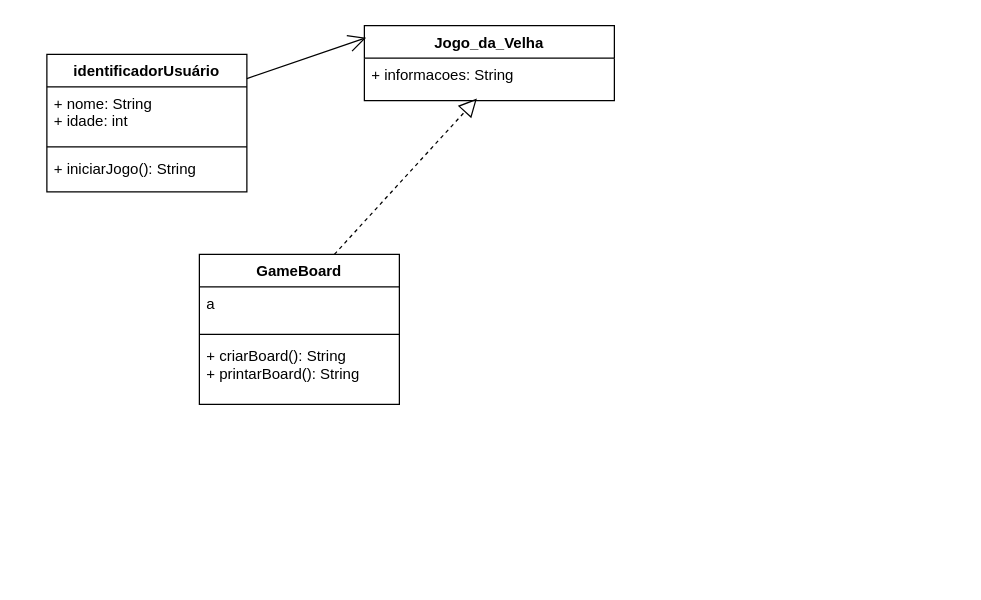
Before: mini_projeto_3/Projeto_3/diagrama_de_classes.drawio in antonioscarvalho/Projetos-Orientados-a-Objetos, a draw.io diagram. Source tidied: cells renumbered, new cells numbered last; positions are measured from the earlier drawing's top-left corner, leaving out a move shared by most shapes. Both pictures are drawn from the tidied source at 125%, with x=0, y=0 at pixel (46, 25).
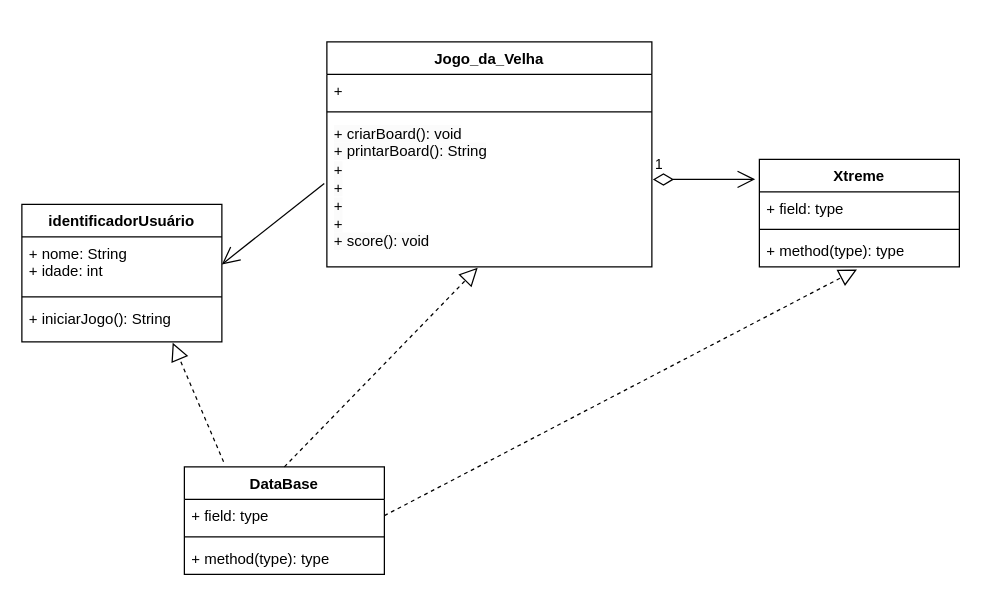
Above is the later version.

The change refers to these unchanged cells:
```xml
<mxCell id="5" value="+ nome: String&lt;br&gt;+ idade: int" style="text;strokeColor=none;fillColor=none;align=left;verticalAlign=top;spacingLeft=4;spacingRight=4;overflow=hidden;points=[[0,0.5],[1,0.5]];portConstraint=eastwest;whiteSpace=wrap;html=1;" parent="4" vertex="1">
  <mxGeometry y="26" width="160" height="44" as="geometry" />
</mxCell>
<mxCell id="7" value="+ iniciarJogo(): String" style="text;strokeColor=none;fillColor=none;align=left;verticalAlign=top;spacingLeft=4;spacingRight=4;overflow=hidden;points=[[0,0.5],[1,0.5]];portConstraint=eastwest;whiteSpace=wrap;html=1;" parent="4" vertex="1">
  <mxGeometry y="78" width="160" height="32" as="geometry" />
</mxCell>
```

What changed in the source:
```diff
@@
-    <mxCell id="2" value="Jogo_da_Velha" style="swimlane;fontStyle=1;align=center;verticalAlign=top;horizontal=1;startSize=26;whiteSpace=wrap;html=1;" parent="1" vertex="1">
-      <mxGeometry x="254" width="200" height="60" as="geometry" />
-    </mxCell>
-    <mxCell id="3" value="+ informacoes: String" style="text;strokeColor=none;fillColor=none;align=left;verticalAlign=top;spacingLeft=4;spacingRight=4;overflow=hidden;points=[[0,0.5],[1,0.5]];portConstraint=eastwest;whiteSpace=wrap;html=1;" parent="2" vertex="1">
-      <mxGeometry y="26" width="200" height="34" as="geometry" />
-    </mxCell>
     <mxCell id="4" value="identificadorUsuário" style="swimlane;fontStyle=1;align=center;verticalAlign=top;horizontal=1;startSize=26;whiteSpace=wrap;html=1;" parent="1" vertex="1">
-      <mxGeometry y="23" width="160" height="110" as="geometry" />
+      <mxGeometry x="-20" y="143" width="160" height="110" as="geometry" />
     </mxCell>
@@
-    <mxCell id="8" value="GameBoard" style="swimlane;fontStyle=1;align=center;verticalAlign=top;horizontal=1;startSize=26;whiteSpace=wrap;html=1;" parent="1" vertex="1">
-      <mxGeometry x="122" y="183" width="160" height="120" as="geometry" />
-    </mxCell>
-    <mxCell id="9" value="a" style="text;strokeColor=none;fillColor=none;align=left;verticalAlign=top;spacingLeft=4;spacingRight=4;overflow=hidden;whiteSpace=wrap;html=1;" parent="8" vertex="1">
-      <mxGeometry y="26" width="160" height="34" as="geometry" />
-    </mxCell>
-    <mxCell id="10" style="line;strokeWidth=1;fillColor=none;align=left;verticalAlign=middle;spacingTop=-1;spacingLeft=3;spacingRight=3;labelPosition=right;strokeColor=inherit;" parent="8" vertex="1">
-      <mxGeometry y="60" width="160" height="8" as="geometry" />
-    </mxCell>
-    <mxCell id="11" value="+ criarBoard(): String&lt;br style=&quot;border-color: var(--border-color);&quot;&gt;+ printarBoard(): String" style="text;strokeColor=none;fillColor=none;align=left;verticalAlign=top;spacingLeft=4;spacingRight=4;overflow=hidden;whiteSpace=wrap;html=1;" parent="8" vertex="1">
-      <mxGeometry y="68" width="160" height="52" as="geometry" />
-    </mxCell>
-    <mxCell id="12" style="endArrow=block;dashed=1;endFill=0;endSize=12;html=1;rounded=0;entryX=0.45;entryY=0.951;entryDx=0;entryDy=0;entryPerimeter=0;" parent="1" edge="1" target="3">
-      <mxGeometry relative="1" as="geometry">
-        <mxPoint x="230" y="183" as="sourcePoint" />
-        <Array as="points">
-          <mxPoint x="230" y="183" />
-        </Array>
-      </mxGeometry>
-    </mxCell>
-    <mxCell id="13" style="endArrow=open;endFill=1;endSize=12;html=1;rounded=0;exitX=1;exitY=0.176;exitDx=0;exitDy=0;exitPerimeter=0;entryX=0.007;entryY=0.161;entryDx=0;entryDy=0;entryPerimeter=0;" parent="1" edge="1" source="4" target="2">
-      <mxGeometry relative="1" as="geometry" />
-    </mxCell>
+    <mxCell id="2" value="Jogo_da_Velha" style="swimlane;fontStyle=1;align=center;verticalAlign=top;horizontal=1;startSize=26;whiteSpace=wrap;html=1;" parent="1" vertex="1">
+      <mxGeometry x="224" y="13" width="260" height="180" as="geometry" />
+    </mxCell>
+    <mxCell id="14" value="+" style="text;strokeColor=none;fillColor=none;align=left;verticalAlign=top;spacingLeft=4;spacingRight=4;overflow=hidden;whiteSpace=wrap;html=1;" parent="2" vertex="1">
+      <mxGeometry y="26" width="260" height="26" as="geometry" />
+    </mxCell>
+    <mxCell id="15" style="line;strokeWidth=1;fillColor=none;align=left;verticalAlign=middle;spacingTop=-1;spacingLeft=3;spacingRight=3;labelPosition=right;strokeColor=inherit;" parent="2" vertex="1">
+      <mxGeometry y="52" width="260" height="8" as="geometry" />
+    </mxCell>
+    <mxCell id="16" value="&lt;span style=&quot;color: rgb(0, 0, 0); font-family: Helvetica; font-size: 12px; font-style: normal; font-variant-ligatures: normal; font-variant-caps: normal; font-weight: 400; letter-spacing: normal; orphans: 2; text-align: left; text-indent: 0px; text-transform: none; widows: 2; word-spacing: 0px; -webkit-text-stroke-width: 0px; background-color: rgb(251, 251, 251); text-decoration-thickness: initial; text-decoration-style: initial; text-decoration-color: initial; float: none; display: inline !important;&quot;&gt;+ criarBoard(): void&lt;/span&gt;&lt;br style=&quot;border-color: var(--border-color); color: rgb(0, 0, 0); font-family: Helvetica; font-size: 12px; font-style: normal; font-variant-ligatures: normal; font-variant-caps: normal; font-weight: 400; letter-spacing: normal; orphans: 2; text-align: left; text-indent: 0px; text-transform: none; widows: 2; word-spacing: 0px; -webkit-text-stroke-width: 0px; background-color: rgb(251, 251, 251); text-decoration-thickness: initial; text-decoration-style: initial; text-decoration-color: initial;&quot;&gt;&lt;span style=&quot;color: rgb(0, 0, 0); font-family: Helvetica; font-size: 12px; font-style: normal; font-variant-ligatures: normal; font-variant-caps: normal; font-weight: 400; letter-spacing: normal; orphans: 2; text-align: left; text-indent: 0px; text-transform: none; widows: 2; word-spacing: 0px; -webkit-text-stroke-width: 0px; background-color: rgb(251, 251, 251); text-decoration-thickness: initial; text-decoration-style: initial; text-decoration-color: initial; float: none; display: inline !important;&quot;&gt;+ printarBoard(): String&lt;br&gt;+&lt;br&gt;+&lt;br&gt;+&lt;br&gt;+&lt;br&gt;+ score(): void&lt;br&gt;&lt;/span&gt;" style="text;strokeColor=none;fillColor=none;align=left;verticalAlign=top;spacingLeft=4;spacingRight=4;overflow=hidden;points=[[0,0.5],[1,0.5]];portConstraint=eastwest;whiteSpace=wrap;html=1;" parent="2" vertex="1">
+      <mxGeometry y="60" width="260" height="120" as="geometry" />
+    </mxCell>
+    <mxCell id="17" value="DataBase" style="swimlane;fontStyle=1;align=center;verticalAlign=top;horizontal=1;startSize=26;whiteSpace=wrap;html=1;" parent="1" vertex="1">
+      <mxGeometry x="110" y="353" width="160" height="86" as="geometry" />
+    </mxCell>
+    <mxCell id="18" value="+ field: type" style="text;strokeColor=none;fillColor=none;align=left;verticalAlign=top;spacingLeft=4;spacingRight=4;overflow=hidden;points=[[0,0.5],[1,0.5]];portConstraint=eastwest;whiteSpace=wrap;html=1;" parent="17" vertex="1">
+      <mxGeometry y="26" width="160" height="26" as="geometry" />
+    </mxCell>
+    <mxCell id="19" style="line;strokeWidth=1;fillColor=none;align=left;verticalAlign=middle;spacingTop=-1;spacingLeft=3;spacingRight=3;labelPosition=right;strokeColor=inherit;" parent="17" vertex="1">
+      <mxGeometry y="52" width="160" height="8" as="geometry" />
+    </mxCell>
+    <mxCell id="20" value="+ method(type): type" style="text;strokeColor=none;fillColor=none;align=left;verticalAlign=top;spacingLeft=4;spacingRight=4;overflow=hidden;whiteSpace=wrap;html=1;" parent="17" vertex="1">
+      <mxGeometry y="60" width="160" height="26" as="geometry" />
+    </mxCell>
+    <mxCell id="21" style="endArrow=block;dashed=1;endFill=0;endSize=12;html=1;rounded=0;exitX=0.5;exitY=0;exitDx=0;exitDy=0;entryX=0.464;entryY=1.006;entryDx=0;entryDy=0;entryPerimeter=0;" parent="1" edge="1" source="17" target="16">
+      <mxGeometry relative="1" as="geometry" />
+    </mxCell>
+    <mxCell id="22" style="endArrow=block;dashed=1;endFill=0;endSize=12;html=1;rounded=0;exitX=0.196;exitY=-0.047;exitDx=0;exitDy=0;exitPerimeter=0;entryX=0.754;entryY=1.021;entryDx=0;entryDy=0;entryPerimeter=0;" parent="1" edge="1" source="17" target="7">
+      <mxGeometry relative="1" as="geometry" />
+    </mxCell>
+    <mxCell id="23" style="endArrow=open;endFill=1;endSize=12;html=1;rounded=0;exitX=-0.008;exitY=0.444;exitDx=0;exitDy=0;exitPerimeter=0;entryX=1;entryY=0.5;entryDx=0;entryDy=0;" parent="1" edge="1" source="16" target="5">
+      <mxGeometry relative="1" as="geometry" />
+    </mxCell>
+    <mxCell id="24" value="Xtreme" style="swimlane;fontStyle=1;align=center;verticalAlign=top;horizontal=1;startSize=26;whiteSpace=wrap;html=1;" parent="1" vertex="1">
+      <mxGeometry x="570" y="107" width="160" height="86" as="geometry" />
+    </mxCell>
+    <mxCell id="25" value="+ field: type" style="text;strokeColor=none;fillColor=none;align=left;verticalAlign=top;spacingLeft=4;spacingRight=4;overflow=hidden;whiteSpace=wrap;html=1;" parent="24" vertex="1">
+      <mxGeometry y="26" width="160" height="26" as="geometry" />
+    </mxCell>
+    <mxCell id="26" style="line;strokeWidth=1;fillColor=none;align=left;verticalAlign=middle;spacingTop=-1;spacingLeft=3;spacingRight=3;labelPosition=right;strokeColor=inherit;" parent="24" vertex="1">
+      <mxGeometry y="52" width="160" height="8" as="geometry" />
+    </mxCell>
+    <mxCell id="27" value="+ method(type): type" style="text;strokeColor=none;fillColor=none;align=left;verticalAlign=top;spacingLeft=4;spacingRight=4;overflow=hidden;points=[[0,0.5],[1,0.5]];portConstraint=eastwest;whiteSpace=wrap;html=1;" parent="24" vertex="1">
+      <mxGeometry y="60" width="160" height="26" as="geometry" />
+    </mxCell>
+    <mxCell id="28" value="1" style="endArrow=open;html=1;endSize=12;startArrow=diamondThin;startSize=14;startFill=0;edgeStyle=orthogonalEdgeStyle;align=left;verticalAlign=bottom;rounded=0;entryX=-0.021;entryY=0.186;entryDx=0;entryDy=0;entryPerimeter=0;exitX=1.003;exitY=0.417;exitDx=0;exitDy=0;exitPerimeter=0;" parent="1" edge="1" source="16" target="24">
+      <mxGeometry x="-1" y="3" relative="1" as="geometry" />
+    </mxCell>
+    <mxCell id="29" style="endArrow=block;dashed=1;endFill=0;endSize=12;html=1;rounded=0;exitX=1;exitY=0.5;exitDx=0;exitDy=0;entryX=0.488;entryY=1.077;entryDx=0;entryDy=0;entryPerimeter=0;" parent="1" edge="1" source="18" target="27">
+      <mxGeometry relative="1" as="geometry" />
+    </mxCell>
```
